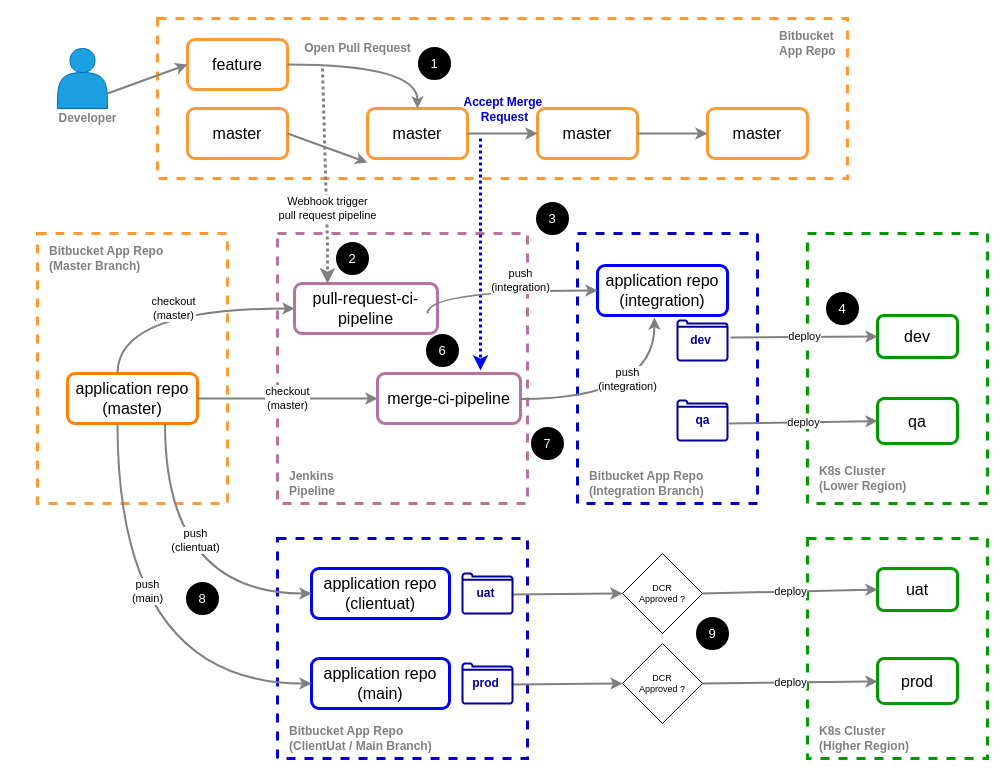
josephlim75/technologies keeps this draw.io diagram as page "Page-2" (2 of 2) of cicd.drawio. Above is the earlier version. Source tidied: cells renumbered, new cells numbered last; positions are measured from the earlier drawing's top-left corner, leaving out a move shared by most shapes. Both pictures are drawn from the tidied source at 100%, with x=0, y=0 at pixel (17, 18).
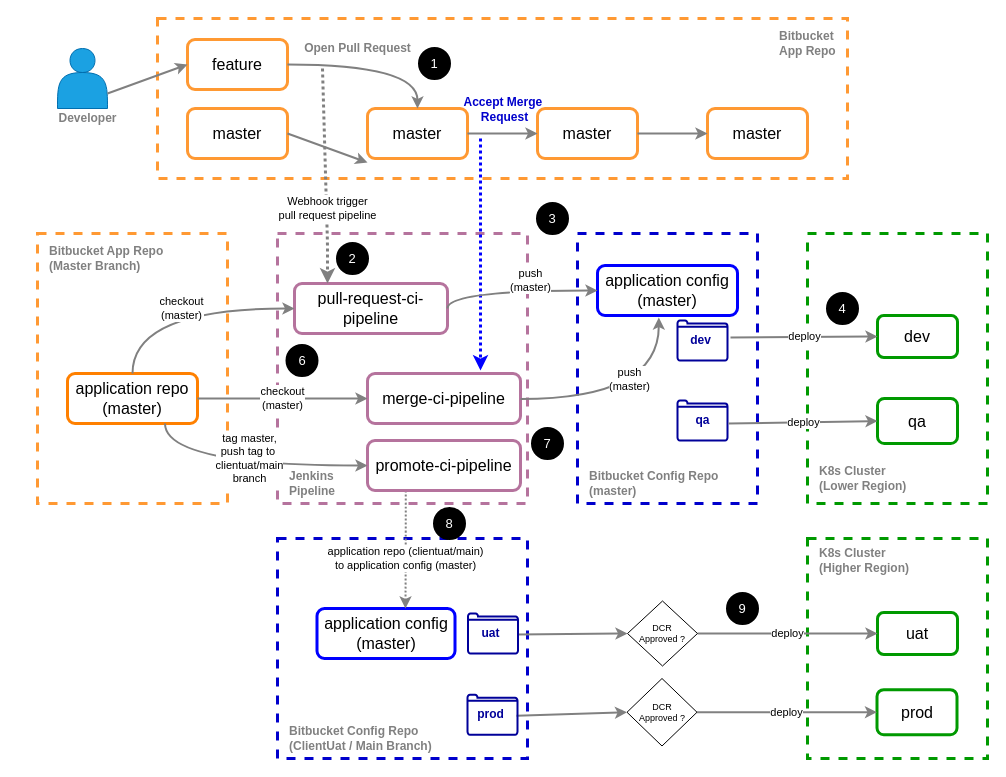
The same page after the edit.

Unchanged cells that the change refers to:
```xml
<mxCell id="19" value="&lt;span style=&quot;font-size: 16px&quot;&gt;application repo&lt;br&gt;(master)&lt;br&gt;&lt;/span&gt;" style="rounded=1;whiteSpace=wrap;html=1;strokeColor=#FF8000;strokeWidth=3;" parent="1" vertex="1">
  <mxGeometry x="50" y="355" width="130" height="50" as="geometry" />
</mxCell>
```

Diff of the diagram source:
```diff
@@
     <mxCell id="15" value="&lt;span style=&quot;font-size: 16px&quot;&gt;pull-request-ci-pipeline&lt;/span&gt;" style="rounded=1;whiteSpace=wrap;html=1;strokeColor=#B5739D;strokeWidth=3;" parent="1" vertex="1">
-      <mxGeometry x="277" y="265" width="143" height="50" as="geometry" />
+      <mxGeometry x="277" y="265" width="153" height="50" as="geometry" />
     </mxCell>
@@
-    <mxCell id="22" value="checkout&lt;br&gt;(master)" style="endArrow=classic;html=1;strokeColor=#808080;strokeWidth=2;edgeStyle=orthogonalEdgeStyle;curved=1;entryX=0;entryY=0.5;entryDx=0;entryDy=0;" parent="1" edge="1" source="19" target="15">
+    <mxCell id="22" value="checkout&lt;br&gt;(master)" style="endArrow=classic;html=1;strokeColor=#808080;strokeWidth=2;edgeStyle=orthogonalEdgeStyle;curved=1;entryX=0;entryY=0.5;entryDx=0;entryDy=0;exitX=0.5;exitY=0;exitDx=0;exitDy=0;" parent="1" edge="1" source="19" target="15">
       <mxGeometry relative="1" as="geometry">
         <Array as="points">
-          <mxPoint x="100" y="290" />
+          <mxPoint x="115" y="290" />
         </Array>
       </mxGeometry>
     </mxCell>
@@
-    <mxCell id="24" value="Bitbucket App Repo&lt;br&gt;(Integration Branch)" style="text;strokeColor=none;fillColor=none;html=1;fontSize=12;fontStyle=1;verticalAlign=middle;align=left;fontColor=#808080;" parent="1" vertex="1">
+    <mxCell id="24" value="Bitbucket Config Repo&lt;br&gt;(master)" style="text;strokeColor=none;fillColor=none;html=1;fontSize=12;fontStyle=1;verticalAlign=middle;align=left;fontColor=#808080;" parent="1" vertex="1">
       <mxGeometry x="570" y="445" width="120" height="40" as="geometry" />
     </mxCell>
@@
     <mxCell id="27" value="&lt;span style=&quot;font-size: 16px&quot;&gt;merge-ci-pipeline&lt;/span&gt;" style="rounded=1;whiteSpace=wrap;html=1;strokeColor=#B5739D;strokeWidth=3;" parent="1" vertex="1">
-      <mxGeometry x="360" y="355" width="143" height="50" as="geometry" />
+      <mxGeometry x="350" y="355" width="153" height="50" as="geometry" />
     </mxCell>
@@
-    <mxCell id="30" value="push&lt;br&gt;(integration)" style="endArrow=classic;html=1;exitX=1;exitY=0.5;exitDx=0;exitDy=0;strokeWidth=2;strokeColor=#808080;entryX=0.438;entryY=1.04;entryDx=0;entryDy=0;edgeStyle=orthogonalEdgeStyle;curved=1;entryPerimeter=0;" parent="1" edge="1" target="31">
+    <mxCell id="30" value="push&lt;br&gt;(master)" style="endArrow=classic;html=1;exitX=1;exitY=0.5;exitDx=0;exitDy=0;strokeWidth=2;strokeColor=#808080;entryX=0.438;entryY=1.04;entryDx=0;entryDy=0;edgeStyle=orthogonalEdgeStyle;curved=1;entryPerimeter=0;" parent="1" edge="1" target="31">
       <mxGeometry x="-0.01" y="21" relative="1" as="geometry">
         <mxPoint x="503" y="380.5" as="sourcePoint" />
         <Array as="points">
-          <mxPoint x="637" y="381" />
+          <mxPoint x="641" y="381" />
         </Array>
         <mxPoint y="1" as="offset" />
       </mxGeometry>
     </mxCell>
-    <mxCell id="31" value="&lt;span style=&quot;font-size: 16px&quot;&gt;application repo&lt;br&gt;(integration)&lt;br&gt;&lt;/span&gt;" style="rounded=1;whiteSpace=wrap;html=1;strokeColor=#0000FF;strokeWidth=3;" parent="1" vertex="1">
-      <mxGeometry x="580" y="247" width="130" height="50" as="geometry" />
+    <mxCell id="31" value="&lt;span style=&quot;font-size: 16px&quot;&gt;application config&lt;br&gt;(master)&lt;br&gt;&lt;/span&gt;" style="rounded=1;whiteSpace=wrap;html=1;strokeColor=#0000FF;strokeWidth=3;" parent="1" vertex="1">
+      <mxGeometry x="580" y="247" width="140" height="50" as="geometry" />
     </mxCell>
@@
     <mxCell id="47" value="6" style="ellipse;whiteSpace=wrap;html=1;strokeColor=#000000;strokeWidth=3;fillColor=#000000;fontSize=13;fontColor=#FFFFFF;fontStyle=0;" parent="1" vertex="1">
-      <mxGeometry x="410" y="317" width="30" height="30" as="geometry" />
+      <mxGeometry x="269.5" y="327" width="30" height="30" as="geometry" />
     </mxCell>
@@
-    <mxCell id="49" value="push&lt;br&gt;(integration)" style="endArrow=classic;html=1;entryX=0;entryY=0.5;entryDx=0;entryDy=0;edgeStyle=orthogonalEdgeStyle;strokeWidth=2;strokeColor=#808080;curved=1;" parent="1" edge="1" target="31">
+    <mxCell id="49" value="push&lt;br&gt;(master)" style="endArrow=classic;html=1;entryX=0;entryY=0.5;entryDx=0;entryDy=0;edgeStyle=orthogonalEdgeStyle;strokeWidth=2;strokeColor=#808080;curved=1;exitX=1;exitY=0.5;exitDx=0;exitDy=0;" parent="1" edge="1" source="15" target="31">
       <mxGeometry x="0.2" y="10" relative="1" as="geometry">
-        <mxPoint x="410" y="295" as="sourcePoint" />
         <Array as="points">
-          <mxPoint x="410" y="272" />
+          <mxPoint x="430" y="272" />
         </Array>
       </mxGeometry>
     </mxCell>
@@
-    <mxCell id="52" value="Bitbucket App Repo&lt;br&gt;(ClientUat / Main Branch)" style="text;strokeColor=none;fillColor=none;html=1;fontSize=12;fontStyle=1;verticalAlign=middle;align=left;fontColor=#808080;" parent="1" vertex="1">
+    <mxCell id="52" value="Bitbucket Config Repo&lt;br&gt;(ClientUat / Main Branch)" style="text;strokeColor=none;fillColor=none;html=1;fontSize=12;fontStyle=1;verticalAlign=middle;align=left;fontColor=#808080;" parent="1" vertex="1">
       <mxGeometry x="270" y="700" width="160" height="40" as="geometry" />
     </mxCell>
-    <mxCell id="53" value="&lt;span style=&quot;font-size: 16px&quot;&gt;application repo&lt;br&gt;(clientuat)&lt;br&gt;&lt;/span&gt;" style="rounded=1;whiteSpace=wrap;html=1;strokeColor=#0000FF;strokeWidth=3;" parent="1" vertex="1">
-      <mxGeometry x="294" y="550" width="138" height="50" as="geometry" />
+    <mxCell id="53" value="&lt;span style=&quot;font-size: 16px&quot;&gt;application config&lt;br&gt;(master)&lt;br&gt;&lt;/span&gt;" style="rounded=1;whiteSpace=wrap;html=1;strokeColor=#0000FF;strokeWidth=3;" parent="1" vertex="1">
+      <mxGeometry x="299.5" y="590" width="138" height="50" as="geometry" />
     </mxCell>
-    <mxCell id="54" value="push&lt;br&gt;(clientuat)" style="endArrow=classic;html=1;strokeColor=#808080;strokeWidth=2;entryX=0;entryY=0.5;entryDx=0;entryDy=0;exitX=0.75;exitY=1;exitDx=0;exitDy=0;edgeStyle=orthogonalEdgeStyle;elbow=vertical;curved=1;" parent="1" edge="1" source="19" target="53">
-      <mxGeometry x="-0.26" y="30" relative="1" as="geometry" />
+    <mxCell id="54" value="application repo (clientuat/main) &lt;br&gt;to application config (master)" style="endArrow=classic;html=1;strokeColor=#808080;strokeWidth=2;exitX=0.25;exitY=1;exitDx=0;exitDy=0;edgeStyle=orthogonalEdgeStyle;elbow=vertical;curved=1;entryX=0.641;entryY=0;entryDx=0;entryDy=0;entryPerimeter=0;dashed=1;dashPattern=1 1;" parent="1" edge="1" source="72" target="53">
+      <mxGeometry x="0.15" relative="1" as="geometry" />
     </mxCell>
-    <mxCell id="55" value="&lt;span style=&quot;font-size: 16px&quot;&gt;application repo&lt;br&gt;(main)&lt;br&gt;&lt;/span&gt;" style="rounded=1;whiteSpace=wrap;html=1;strokeColor=#0000FF;strokeWidth=3;" parent="1" vertex="1">
-      <mxGeometry x="294" y="640" width="138" height="50" as="geometry" />
-    </mxCell>
-    <mxCell id="56" value="push&lt;br&gt;(main)" style="endArrow=classic;html=1;strokeColor=#808080;strokeWidth=2;entryX=0;entryY=0.5;entryDx=0;entryDy=0;edgeStyle=orthogonalEdgeStyle;elbow=vertical;curved=1;" parent="1" edge="1" source="19" target="55">
-      <mxGeometry x="-0.26" y="30" relative="1" as="geometry">
-        <Array as="points">
-          <mxPoint x="100" y="665" />
-        </Array>
-      </mxGeometry>
-    </mxCell>
     <mxCell id="57" value="&lt;span style=&quot;font-size: 16px&quot;&gt;uat&lt;br&gt;&lt;/span&gt;" style="rounded=1;whiteSpace=wrap;html=1;strokeColor=#009900;strokeWidth=3;" parent="1" vertex="1">
-      <mxGeometry x="860" y="550" width="80" height="42" as="geometry" />
+      <mxGeometry x="860" y="594" width="80" height="42" as="geometry" />
     </mxCell>
     <mxCell id="58" value="&lt;span style=&quot;font-size: 16px&quot;&gt;prod&lt;br&gt;&lt;/span&gt;" style="rounded=1;whiteSpace=wrap;html=1;strokeColor=#009900;strokeWidth=3;" parent="1" vertex="1">
-      <mxGeometry x="860" y="640" width="80" height="45" as="geometry" />
+      <mxGeometry x="859.5" y="671.2" width="80" height="45" as="geometry" />
     </mxCell>
@@
     <mxCell id="61" value="&lt;font style=&quot;font-size: 9px;&quot;&gt;DCR &lt;br style=&quot;font-size: 9px;&quot;&gt;Approved ?&lt;/font&gt;" style="rhombus;whiteSpace=wrap;html=1;align=center;fontSize=9;" parent="1" vertex="1">
-      <mxGeometry x="605" y="535" width="80" height="80" as="geometry" />
+      <mxGeometry x="610" y="582.5" width="70" height="65" as="geometry" />
     </mxCell>
@@
     <mxCell id="63" value="&lt;font style=&quot;font-size: 9px;&quot;&gt;DCR &lt;br style=&quot;font-size: 9px;&quot;&gt;Approved ?&lt;/font&gt;" style="rhombus;whiteSpace=wrap;html=1;align=center;fontSize=9;" parent="1" vertex="1">
-      <mxGeometry x="605" y="625" width="80" height="80" as="geometry" />
+      <mxGeometry x="609.5" y="660" width="70" height="67.5" as="geometry" />
     </mxCell>
@@
     <mxCell id="65" value="K8s Cluster &lt;br&gt;(Higher Region)" style="text;strokeColor=none;fillColor=none;html=1;fontSize=12;fontStyle=1;verticalAlign=middle;align=left;fontColor=#808080;" parent="1" vertex="1">
-      <mxGeometry x="800" y="700" width="140" height="40" as="geometry" />
+      <mxGeometry x="800" y="522" width="140" height="40" as="geometry" />
     </mxCell>
     <mxCell id="66" style="html=1;verticalLabelPosition=bottom;align=center;labelBackgroundColor=#ffffff;verticalAlign=top;strokeWidth=2;strokeColor=#000099;shadow=0;dashed=0;shape=mxgraph.ios7.icons.folder;fillColor=none;fontSize=12;fontColor=#0000CC;" parent="1" vertex="1">
-      <mxGeometry x="445" y="555" width="50" height="40" as="geometry" />
+      <mxGeometry x="450.5" y="595" width="50" height="40" as="geometry" />
     </mxCell>
     <mxCell id="67" value="uat" style="text;strokeColor=none;fillColor=none;html=1;fontSize=12;fontStyle=1;verticalAlign=middle;align=center;fontColor=#000099;" parent="1" vertex="1">
-      <mxGeometry x="460" y="570" width="15" height="10" as="geometry" />
+      <mxGeometry x="465.5" y="610" width="15" height="10" as="geometry" />
     </mxCell>
     <mxCell id="68" style="html=1;verticalLabelPosition=bottom;align=center;labelBackgroundColor=#ffffff;verticalAlign=top;strokeWidth=2;strokeColor=#000099;shadow=0;dashed=0;shape=mxgraph.ios7.icons.folder;fillColor=none;fontSize=12;fontColor=#0000CC;" parent="1" vertex="1">
-      <mxGeometry x="445" y="645" width="50" height="40" as="geometry" />
+      <mxGeometry x="450" y="676.2" width="50" height="40" as="geometry" />
     </mxCell>
     <mxCell id="69" value="prod" style="text;strokeColor=none;fillColor=none;html=1;fontSize=12;fontStyle=1;verticalAlign=middle;align=center;fontColor=#000099;" parent="1" vertex="1">
-      <mxGeometry x="460" y="660" width="15" height="10" as="geometry" />
+      <mxGeometry x="465" y="691.2" width="15" height="10" as="geometry" />
     </mxCell>
     <mxCell id="70" value="8" style="ellipse;whiteSpace=wrap;html=1;strokeColor=#000000;strokeWidth=3;fillColor=#000000;fontSize=13;fontColor=#FFFFFF;fontStyle=0;" parent="1" vertex="1">
-      <mxGeometry x="170" y="565" width="30" height="30" as="geometry" />
+      <mxGeometry x="417" y="490" width="30" height="30" as="geometry" />
     </mxCell>
     <mxCell id="71" value="9" style="ellipse;whiteSpace=wrap;html=1;strokeColor=#000000;strokeWidth=3;fillColor=#000000;fontSize=13;fontColor=#FFFFFF;fontStyle=0;" parent="1" vertex="1">
-      <mxGeometry x="680" y="600" width="30" height="30" as="geometry" />
+      <mxGeometry x="710" y="575" width="30" height="30" as="geometry" />
     </mxCell>
+    <mxCell id="72" value="&lt;span style=&quot;font-size: 16px&quot;&gt;promote-ci-pipeline&lt;/span&gt;" style="rounded=1;whiteSpace=wrap;html=1;strokeColor=#B5739D;strokeWidth=3;" parent="1" vertex="1">
+      <mxGeometry x="350" y="422" width="153" height="50" as="geometry" />
+    </mxCell>
+    <mxCell id="73" value="tag master,&lt;br&gt;push tag to&amp;nbsp;&lt;br&gt;clientuat/main&lt;br&gt;branch" style="endArrow=classic;html=1;strokeColor=#808080;strokeWidth=2;entryX=0;entryY=0.5;entryDx=0;entryDy=0;exitX=0.75;exitY=1;exitDx=0;exitDy=0;edgeStyle=orthogonalEdgeStyle;elbow=vertical;curved=1;" parent="1" edge="1" source="19" target="72">
+      <mxGeometry x="0.02" y="7" relative="1" as="geometry">
+        <mxPoint x="1" as="offset" />
+      </mxGeometry>
+    </mxCell>
```
